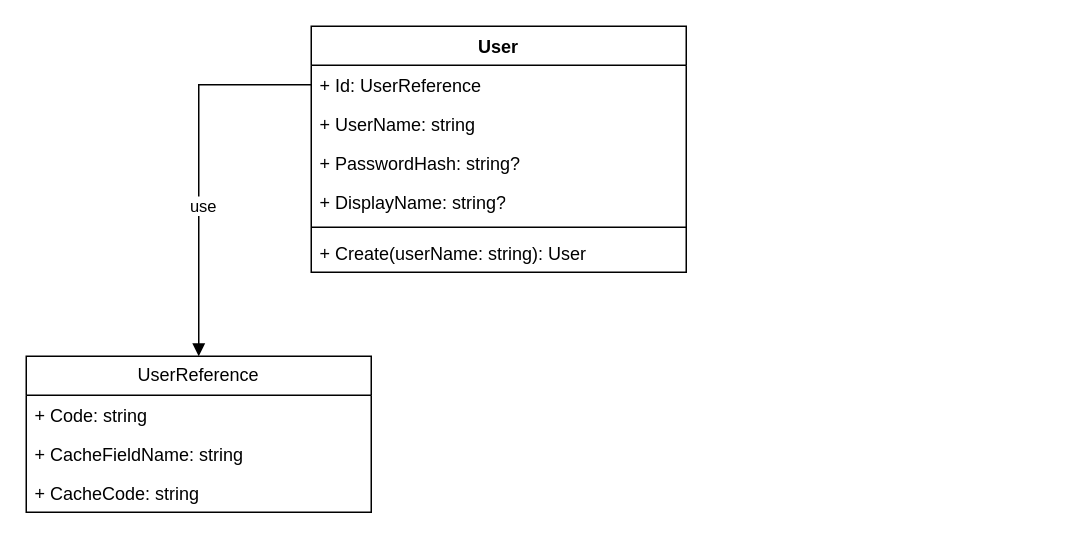
sdlfly2000/AuthenticationServer keeps this draw.io diagram as UML/Domain.drawio. Above is the earlier version. Source tidied: cells renumbered, new cells numbered last; positions are measured from the earlier drawing's top-left corner, leaving out a move shared by most shapes. Both pictures are drawn from the tidied source at 150%, with x=0, y=0 at pixel (26, 26).
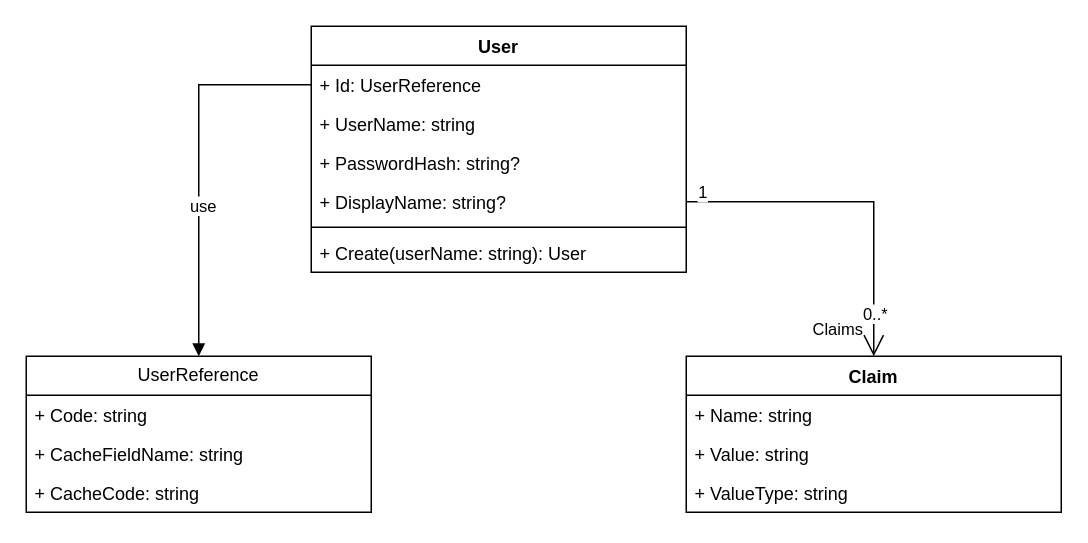
Above is the later version.

The change refers to these unchanged cells:
```xml
<mxCell id="6" value="+ DisplayName: string?" style="text;strokeColor=none;fillColor=none;align=left;verticalAlign=top;spacingLeft=4;spacingRight=4;overflow=hidden;points=[[0,0.5],[1,0.5]];portConstraint=eastwest;whiteSpace=wrap;html=1;" parent="2" vertex="1">
  <mxGeometry y="104" width="250" height="26" as="geometry" />
</mxCell>
```

Change to the diagram source:
```diff
@@
+    <mxCell id="15" value="Claim" style="swimlane;fontStyle=1;align=center;verticalAlign=top;horizontal=1;startSize=26;whiteSpace=wrap;html=1;" parent="1" vertex="1">
+      <mxGeometry x="440" y="220" width="250" height="104" as="geometry" />
+    </mxCell>
+    <mxCell id="16" value="+ Name: string" style="text;strokeColor=none;fillColor=none;align=left;verticalAlign=top;spacingLeft=4;spacingRight=4;overflow=hidden;whiteSpace=wrap;html=1;" parent="15" vertex="1">
+      <mxGeometry y="26" width="250" height="26" as="geometry" />
+    </mxCell>
+    <mxCell id="17" value="+ Value: string" style="text;strokeColor=none;fillColor=none;align=left;verticalAlign=top;spacingLeft=4;spacingRight=4;overflow=hidden;whiteSpace=wrap;html=1;" parent="15" vertex="1">
+      <mxGeometry y="52" width="250" height="26" as="geometry" />
+    </mxCell>
+    <mxCell id="18" value="+ ValueType: string" style="text;strokeColor=none;fillColor=none;align=left;verticalAlign=top;spacingLeft=4;spacingRight=4;overflow=hidden;whiteSpace=wrap;html=1;" parent="15" vertex="1">
+      <mxGeometry y="78" width="250" height="26" as="geometry" />
+    </mxCell>
+    <mxCell id="19" style="endArrow=open;endFill=1;endSize=12;html=1;rounded=0;exitX=1;exitY=0.5;exitDx=0;exitDy=0;" parent="1" edge="1" source="6" target="15">
+      <mxGeometry relative="1" as="geometry">
+        <Array as="points">
+          <mxPoint x="565" y="117" />
+        </Array>
+      </mxGeometry>
+    </mxCell>
+    <mxCell id="20" value="0..*" style="edgeLabel;html=1;align=center;verticalAlign=middle;" parent="19" vertex="1">
+      <mxGeometry x="0.78" y="1" relative="1" as="geometry">
+        <mxPoint x="-1" y="-4" as="offset" />
+      </mxGeometry>
+    </mxCell>
+    <mxCell id="21" value="1" style="edgeLabel;html=1;align=center;verticalAlign=middle;" parent="19" vertex="1">
+      <mxGeometry x="-0.78" y="-2" relative="1" as="geometry">
+        <mxPoint x="-15" y="-9" as="offset" />
+      </mxGeometry>
+    </mxCell>
+    <mxCell id="22" value="Claims" style="edgeLabel;html=1;align=center;verticalAlign=middle;" parent="19" vertex="1">
+      <mxGeometry x="0.68" relative="1" as="geometry">
+        <mxPoint x="-25" y="17" as="offset" />
+      </mxGeometry>
+    </mxCell>
```
